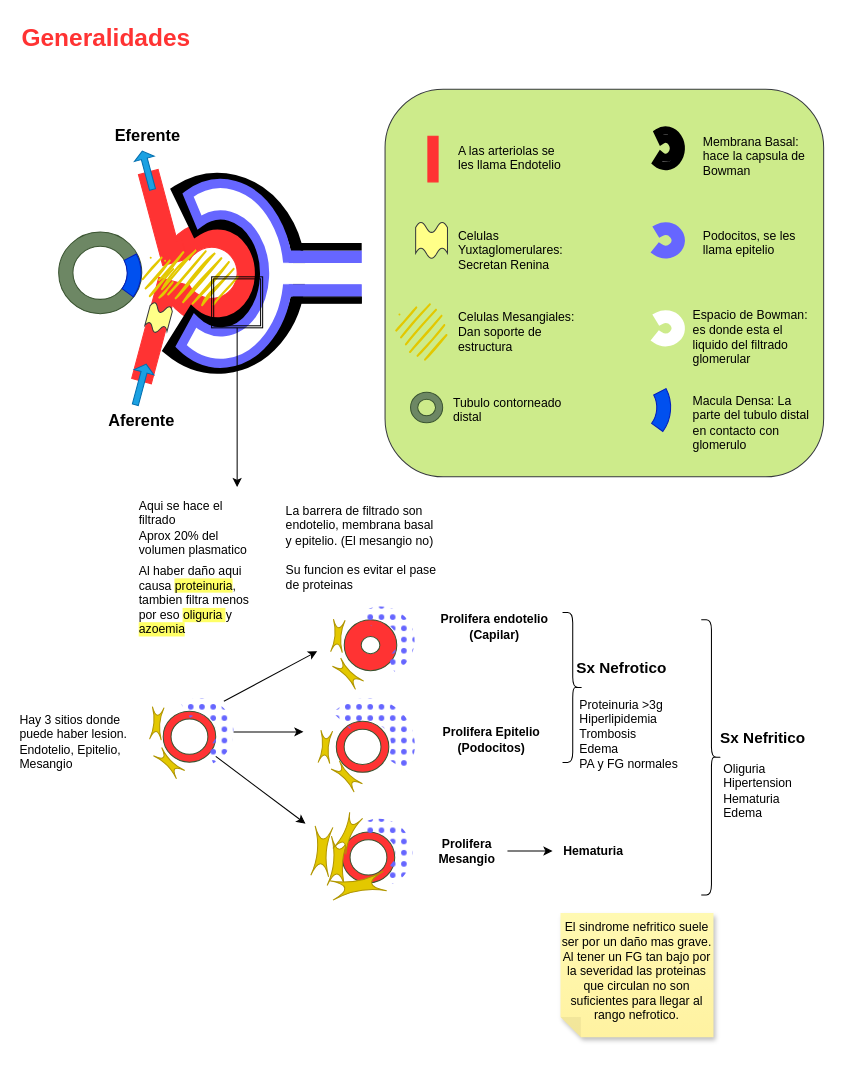
Santicabal/Apuntes keeps this draw.io diagram as Nefro.drawio. Above is the earlier version. Source tidied: cells renumbered, new cells numbered last; positions are measured from the earlier drawing's top-left corner, leaving out a move shared by most shapes. Both pictures are drawn from the tidied source at 102%, with x=0, y=0 at pixel (17, 17).
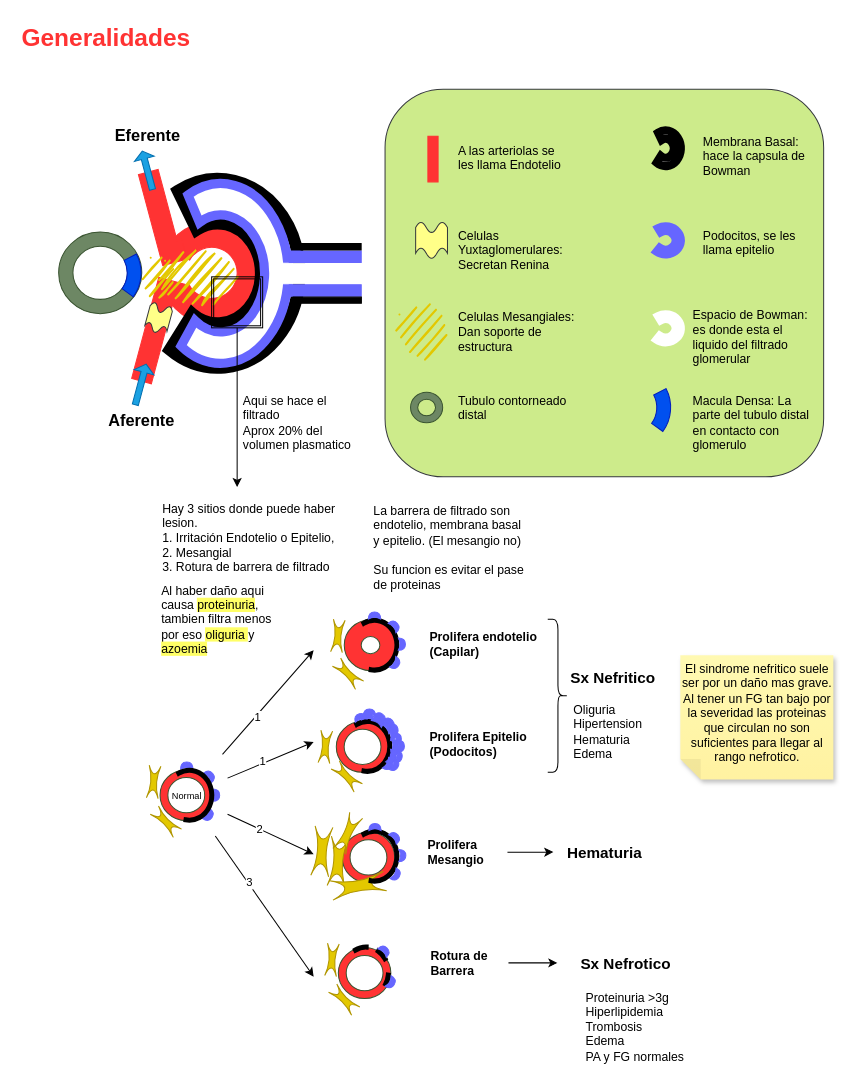
Above is the later version.

Diff of the diagram source:
```diff
@@
     <mxCell id="35" value="Tubulo contorneado distal&lt;div&gt;&lt;/div&gt;" style="rounded=0;whiteSpace=wrap;html=1;align=left;verticalAlign=top;strokeColor=none;fillColor=none;" parent="1" vertex="1">
-      <mxGeometry x="425" y="363.8" width="120" height="40" as="geometry" />
+      <mxGeometry x="430" y="362" width="120" height="40" as="geometry" />
     </mxCell>
@@
     <mxCell id="41" value="Aqui se hace el filtrado&lt;br&gt;Aprox 20% del volumen plasmatico" style="rounded=1;whiteSpace=wrap;html=1;align=left;strokeColor=none;" parent="1" vertex="1">
-      <mxGeometry x="117" y="470" width="120" height="60" as="geometry" />
+      <mxGeometry x="219.2" y="367" width="120" height="60" as="geometry" />
     </mxCell>
     <mxCell id="42" value="Oliguria&lt;br&gt;Hipertension&lt;br&gt;Hematuria&lt;br&gt;Edema" style="rounded=1;whiteSpace=wrap;html=1;align=left;strokeColor=none;" parent="1" vertex="1">
-      <mxGeometry x="690" y="727.7" width="90" height="60" as="geometry" />
+      <mxGeometry x="542.5" y="669.7" width="90" height="60" as="geometry" />
     </mxCell>
     <mxCell id="43" value="Al haber daño aqui causa &lt;span style=&quot;background-color: rgb(255, 255, 102);&quot;&gt;proteinuria&lt;/span&gt;, tambien filtra menos por eso &lt;span style=&quot;background-color: rgb(255, 255, 102);&quot;&gt;oliguria &lt;/span&gt;y &lt;span style=&quot;background-color: rgb(255, 255, 102);&quot;&gt;azoemia&lt;/span&gt;" style="rounded=1;whiteSpace=wrap;html=1;align=left;strokeColor=none;" parent="1" vertex="1">
-      <mxGeometry x="117" y="541" width="120" height="60" as="geometry" />
+      <mxGeometry x="138.9" y="560" width="120" height="60" as="geometry" />
     </mxCell>
-    <mxCell id="44" style="rounded=0;orthogonalLoop=1;jettySize=auto;html=1;" parent="1" edge="1">
-      <mxGeometry relative="1" as="geometry">
-        <mxPoint x="202" y="670" as="sourcePoint" />
-        <mxPoint x="293.5" y="621" as="targetPoint" />
-      </mxGeometry>
-    </mxCell>
-    <mxCell id="45" style="rounded=0;jettySize=auto;html=1;" parent="1" edge="1" source="46">
-      <mxGeometry relative="1" as="geometry">
-        <mxPoint x="282" y="790" as="targetPoint" />
-      </mxGeometry>
-    </mxCell>
     <mxCell id="46" style="verticalLabelPosition=bottom;verticalAlign=top;html=1;shape=mxgraph.basic.donut;dx=7.69;fillColor=#FF3333;fontColor=#ffffff;strokeColor=#3A5431;" parent="1" vertex="1">
-      <mxGeometry x="142.5" y="679.7" width="51.5" height="50" as="geometry" />
+      <mxGeometry x="139.4" y="737.1" width="51.5" height="50" as="geometry" />
     </mxCell>
-    <mxCell id="47" style="edgeStyle=orthogonalEdgeStyle;rounded=0;jettySize=auto;html=1;" parent="1" edge="1" source="48">
-      <mxGeometry relative="1" as="geometry">
-        <mxPoint x="280" y="700" as="targetPoint" />
-      </mxGeometry>
-    </mxCell>
-    <mxCell id="48" style="verticalLabelPosition=bottom;verticalAlign=top;html=1;shape=mxgraph.basic.partConcEllipse;dx=7.69;fillColor=#6666FF;fontColor=#ffffff;strokeColor=none;fillStyle=dots;startAngle=0.9075697555976807;endAngle=0.43382149838084605;arcWidth=0.5;" parent="1" vertex="1">
-      <mxGeometry x="144.5" y="666.7" width="67" height="67" as="geometry" />
-    </mxCell>
@@
-    <mxCell id="50" style="verticalLabelPosition=bottom;verticalAlign=top;html=1;shape=mxgraph.basic.partConcEllipse;dx=19.34;fillColor=#6666FF;fontColor=#ffffff;strokeColor=none;fillStyle=dots;startAngle=0.8701785983640878;endAngle=0.3435835209054995;arcWidth=0.5;" parent="1" vertex="1">
-      <mxGeometry x="296.2" y="666.7" width="93" height="93" as="geometry" />
-    </mxCell>
-    <mxCell id="51" value="Prolifera endotelio &lt;br&gt;(Capilar)" style="text;html=1;align=center;verticalAlign=middle;strokeColor=none;fillColor=none;fontStyle=1;" parent="1" vertex="1">
-      <mxGeometry x="402" y="577" width="130" height="40" as="geometry" />
+    <mxCell id="51" value="Prolifera endotelio &lt;br&gt;(Capilar)" style="text;html=1;align=left;verticalAlign=middle;strokeColor=none;fillColor=none;fontStyle=1;" parent="1" vertex="1">
+      <mxGeometry x="402" y="593.8" width="130" height="40" as="geometry" />
     </mxCell>
-    <mxCell id="52" value="Prolifera Epitelio&lt;br&gt;(Podocitos)" style="text;html=1;align=center;verticalAlign=middle;strokeColor=none;fillColor=none;fontStyle=1;" parent="1" vertex="1">
-      <mxGeometry x="404.2" y="687.7" width="120" height="40" as="geometry" />
+    <mxCell id="52" value="Prolifera Epitelio&lt;br&gt;(Podocitos)" style="text;html=1;align=left;verticalAlign=middle;strokeColor=none;fillColor=none;fontStyle=1;" parent="1" vertex="1">
+      <mxGeometry x="402" y="691.7" width="120" height="40" as="geometry" />
     </mxCell>
     <mxCell id="53" value="Sx Nefritico" style="text;html=1;align=left;verticalAlign=middle;strokeColor=none;fillColor=none;fontStyle=1;fontSize=15;" parent="1" vertex="1">
-      <mxGeometry x="687" y="689.7" width="110" height="30" as="geometry" />
+      <mxGeometry x="539.5" y="631.7" width="110" height="30" as="geometry" />
     </mxCell>
-    <mxCell id="54" value="Hay 3 sitios donde puede haber lesion.&lt;br&gt;Endotelio, Epitelio, Mesangio" style="rounded=1;whiteSpace=wrap;html=1;align=left;strokeColor=none;" parent="1" vertex="1">
-      <mxGeometry y="680" width="120" height="60" as="geometry" />
+    <mxCell id="54" value="Hay 3 sitios donde puede haber lesion.&lt;br&gt;&lt;div&gt;1. Irritación Endotelio o Epitelio, &lt;br&gt;&lt;/div&gt;&lt;div&gt;2. Mesangial&lt;/div&gt;&lt;div&gt;3. Rotura de barrera de filtrado&lt;br&gt;&lt;/div&gt;" style="rounded=1;whiteSpace=wrap;html=1;align=left;strokeColor=none;" parent="1" vertex="1">
+      <mxGeometry x="140" y="480" width="189.2" height="60" as="geometry" />
     </mxCell>
     <mxCell id="55" style="shape=switch;whiteSpace=wrap;html=1;rotation=5;fillColor=#e3c800;fontColor=#000000;strokeColor=#B09500;" parent="1" vertex="1">
-      <mxGeometry x="130.5" y="675.7" width="11.5" height="32" as="geometry" />
+      <mxGeometry x="127.4" y="733.1" width="11.5" height="32" as="geometry" />
     </mxCell>
     <mxCell id="56" style="shape=switch;whiteSpace=wrap;html=1;rotation=-45;fillColor=#e3c800;fontColor=#000000;strokeColor=#B09500;" parent="1" vertex="1">
-      <mxGeometry x="142.5" y="714.7" width="11.5" height="32" as="geometry" />
+      <mxGeometry x="139.4" y="772.1" width="11.5" height="32" as="geometry" />
     </mxCell>
@@
-    <mxCell id="58" style="verticalLabelPosition=bottom;verticalAlign=top;html=1;shape=mxgraph.basic.partConcEllipse;dx=7.69;fillColor=#6666FF;fontColor=#ffffff;strokeColor=none;fillStyle=dots;startAngle=0.9075697555976807;endAngle=0.43382149838084605;arcWidth=0.5;" parent="1" vertex="1">
-      <mxGeometry x="322" y="577" width="67" height="67" as="geometry" />
-    </mxCell>
@@
-    <mxCell id="64" style="verticalLabelPosition=bottom;verticalAlign=top;html=1;shape=mxgraph.basic.partConcEllipse;dx=7.69;fillColor=#6666FF;fontColor=#ffffff;strokeColor=none;fillStyle=dots;startAngle=0.9075697555976807;endAngle=0.43382149838084605;arcWidth=0.5;" parent="1" vertex="1">
-      <mxGeometry x="320" y="785.1" width="67" height="67" as="geometry" />
-    </mxCell>
@@
-    <mxCell id="70" value="Prolifera &lt;br&gt;Mesangio" style="text;html=1;align=center;verticalAlign=middle;points=[];strokeColor=none;fillColor=none;fontStyle=1;" parent="1" vertex="1">
-      <mxGeometry x="400" y="796.8" width="80" height="40" as="geometry" />
+    <mxCell id="70" value="Prolifera &lt;br&gt;Mesangio" style="text;html=1;align=left;verticalAlign=middle;points=[];strokeColor=none;fillColor=none;fontStyle=1;" parent="1" vertex="1">
+      <mxGeometry x="400" y="798.1" width="80" height="40" as="geometry" />
     </mxCell>
     <mxCell id="71" value="La barrera de filtrado son endotelio, membrana basal y epitelio. (El mesangio no)&lt;br&gt;&lt;div&gt;&lt;br&gt;&lt;/div&gt;&lt;div&gt;Su funcion es evitar el pase de proteinas&lt;/div&gt;" style="rounded=1;whiteSpace=wrap;html=1;align=left;verticalAlign=top;strokeColor=none;" parent="1" vertex="1">
-      <mxGeometry x="260.8" y="470" width="151.2" height="100" as="geometry" />
+      <mxGeometry x="346.6" y="470" width="151.2" height="100" as="geometry" />
     </mxCell>
-    <mxCell id="72" value="Hematuria" style="text;html=1;align=center;verticalAlign=middle;points=[];strokeColor=none;fillColor=none;fontStyle=1;" parent="1" vertex="1">
-      <mxGeometry x="524.2" y="801.8" width="80" height="30" as="geometry" />
+    <mxCell id="72" value="Hematuria" style="text;html=1;align=center;verticalAlign=middle;points=[];strokeColor=none;fillColor=none;fontStyle=1;fontSize=15;" parent="1" vertex="1">
+      <mxGeometry x="525" y="802.9" width="100" height="30" as="geometry" />
     </mxCell>
-    <mxCell id="73" style="shape=curlyBracket;whiteSpace=wrap;html=1;rounded=1;flipH=1;labelPosition=right;verticalLabelPosition=middle;align=left;verticalAlign=middle;" parent="1" vertex="1">
-      <mxGeometry x="534" y="583" width="20" height="147" as="geometry" />
-    </mxCell>
     <mxCell id="74" style="shape=curlyBracket;whiteSpace=wrap;html=1;rounded=1;flipH=1;labelPosition=right;verticalLabelPosition=middle;align=left;verticalAlign=middle;" parent="1" vertex="1">
-      <mxGeometry x="670" y="590" width="20" height="270" as="geometry" />
+      <mxGeometry x="519.5" y="589.6" width="20" height="150" as="geometry" />
     </mxCell>
     <mxCell id="75" value="Sx Nefrotico" style="text;html=1;align=left;verticalAlign=middle;strokeColor=none;fillColor=none;fontStyle=1;fontSize=15;" parent="1" vertex="1">
-      <mxGeometry x="546" y="622" width="110" height="30" as="geometry" />
+      <mxGeometry x="550" y="911.5" width="110" height="30" as="geometry" />
     </mxCell>
     <mxCell id="76" value="Proteinuria &amp;gt;3g&lt;br&gt;Hiperlipidemia&lt;br&gt;Trombosis&lt;br&gt;Edema&lt;br&gt;PA y FG normales" style="rounded=1;whiteSpace=wrap;html=1;align=left;strokeColor=none;verticalAlign=top;" parent="1" vertex="1">
-      <mxGeometry x="549" y="659.7" width="100" height="60" as="geometry" />
+      <mxGeometry x="555" y="946.5" width="100" height="60" as="geometry" />
     </mxCell>
     <mxCell id="77" value="El sindrome nefritico suele ser por un daño mas grave. Al tener un FG tan bajo por la severidad las proteinas que circulan no son suficientes para llegar al rango nefrotico." style="shape=note;whiteSpace=wrap;html=1;backgroundOutline=1;fontColor=#000000;darkOpacity=0.05;fillColor=#FFF9B2;strokeColor=none;fillStyle=solid;direction=west;gradientDirection=north;gradientColor=#FFF2A1;shadow=1;size=20;verticalAlign=top;" parent="1" vertex="1">
-      <mxGeometry x="532" y="877.6" width="150" height="121.9" as="geometry" />
+      <mxGeometry x="649.5" y="624.8" width="150" height="121.9" as="geometry" />
     </mxCell>
+    <mxCell id="78" style="verticalLabelPosition=bottom;verticalAlign=top;html=1;shape=mxgraph.basic.donut;dx=7.69;fillColor=#FF3333;fontColor=#ffffff;strokeColor=#3A5431;" parent="1" vertex="1">
+      <mxGeometry x="314.2" y="911.5" width="51.5" height="50" as="geometry" />
+    </mxCell>
+    <mxCell id="79" style="shape=switch;whiteSpace=wrap;html=1;rotation=5;fillColor=#e3c800;fontColor=#000000;strokeColor=#B09500;" parent="1" vertex="1">
+      <mxGeometry x="302.2" y="907.5" width="11.5" height="32" as="geometry" />
+    </mxCell>
+    <mxCell id="80" style="shape=switch;whiteSpace=wrap;html=1;rotation=-45;fillColor=#e3c800;fontColor=#000000;strokeColor=#B09500;" parent="1" vertex="1">
+      <mxGeometry x="314.2" y="946.5" width="11.5" height="32" as="geometry" />
+    </mxCell>
+    <mxCell id="81" style="verticalLabelPosition=bottom;verticalAlign=top;html=1;shape=mxgraph.basic.partConcEllipse;startAngle=0.4189422054097226;endAngle=0.5041873215521526;arcWidth=0.04;rotation=-180;strokeWidth=4;perimeterSpacing=0;fillColor=#000000;" parent="1" vertex="1">
+      <mxGeometry x="318.9" y="910.5" width="44.9" height="50" as="geometry" />
+    </mxCell>
+    <mxCell id="82" style="verticalLabelPosition=bottom;verticalAlign=top;html=1;shape=mxgraph.basic.partConcEllipse;startAngle=0.4189422054097226;endAngle=0.0272391465552697;arcWidth=0.04;rotation=-180;strokeWidth=4;perimeterSpacing=0;fillColor=#000000;" parent="1" vertex="1">
+      <mxGeometry x="327.2" y="796.8" width="44.9" height="50" as="geometry" />
+    </mxCell>
+    <mxCell id="83" style="verticalLabelPosition=bottom;verticalAlign=top;html=1;shape=mxgraph.basic.partConcEllipse;startAngle=0.4189422054097226;endAngle=0.0272391465552697;arcWidth=0.04;rotation=-180;strokeWidth=4;perimeterSpacing=0;fillColor=#000000;" parent="1" vertex="1">
+      <mxGeometry x="320.2" y="689.2" width="44.9" height="50" as="geometry" />
+    </mxCell>
+    <mxCell id="84" style="verticalLabelPosition=bottom;verticalAlign=top;html=1;shape=mxgraph.basic.partConcEllipse;startAngle=0.4189422054097226;endAngle=0.0272391465552697;arcWidth=0.04;rotation=-180;strokeWidth=4;perimeterSpacing=0;fillColor=#000000;" parent="1" vertex="1">
+      <mxGeometry x="327.2" y="590" width="44.9" height="50" as="geometry" />
+    </mxCell>
+    <mxCell id="85" style="verticalLabelPosition=bottom;verticalAlign=top;html=1;shape=mxgraph.basic.partConcEllipse;startAngle=0.5893119309480065;endAngle=0.6629758531449884;arcWidth=0.04;rotation=-180;strokeWidth=4;perimeterSpacing=0;fillColor=#000000;" parent="1" vertex="1">
+      <mxGeometry x="318.9" y="910.5" width="44.9" height="50" as="geometry" />
+    </mxCell>
+    <mxCell id="86" style="verticalLabelPosition=bottom;verticalAlign=top;html=1;shape=mxgraph.basic.partConcEllipse;startAngle=0.7666916832152626;endAngle=0.8324531671642313;arcWidth=0.04;rotation=-180;strokeWidth=4;perimeterSpacing=0;fillColor=#000000;" parent="1" vertex="1">
+      <mxGeometry x="318.9" y="910.5" width="44.9" height="50" as="geometry" />
+    </mxCell>
+    <mxCell id="87" style="shape=xor;whiteSpace=wrap;html=1;fillColor=#6666FF;strokeColor=#6666FF;rotation=30;" parent="1" vertex="1">
+      <mxGeometry x="367" y="627" width="7" height="12" as="geometry" />
+    </mxCell>
+    <mxCell id="88" style="shape=xor;whiteSpace=wrap;html=1;fillColor=#6666FF;strokeColor=#6666FF;rotation=0;" parent="1" vertex="1">
+      <mxGeometry x="373" y="608" width="7" height="12" as="geometry" />
+    </mxCell>
+    <mxCell id="89" style="shape=xor;whiteSpace=wrap;html=1;fillColor=#6666FF;strokeColor=#6666FF;rotation=-40;" parent="1" vertex="1">
+      <mxGeometry x="366" y="590" width="7" height="12" as="geometry" />
+    </mxCell>
+    <mxCell id="90" style="shape=xor;whiteSpace=wrap;html=1;fillColor=#6666FF;strokeColor=#6666FF;rotation=-90;" parent="1" vertex="1">
+      <mxGeometry x="346.2" y="580" width="7" height="12" as="geometry" />
+    </mxCell>
+    <mxCell id="91" style="shape=xor;whiteSpace=wrap;html=1;fillColor=#6666FF;strokeColor=#6666FF;rotation=30;" parent="1" vertex="1">
+      <mxGeometry x="360" y="726" width="7" height="12" as="geometry" />
+    </mxCell>
+    <mxCell id="92" style="shape=xor;whiteSpace=wrap;html=1;fillColor=#6666FF;strokeColor=#6666FF;rotation=0;" parent="1" vertex="1">
+      <mxGeometry x="366" y="707" width="7" height="12" as="geometry" />
+    </mxCell>
+    <mxCell id="93" style="shape=xor;whiteSpace=wrap;html=1;fillColor=#6666FF;strokeColor=#6666FF;rotation=-40;" parent="1" vertex="1">
+      <mxGeometry x="359" y="689" width="7" height="12" as="geometry" />
+    </mxCell>
+    <mxCell id="94" style="shape=xor;whiteSpace=wrap;html=1;fillColor=#6666FF;strokeColor=#6666FF;rotation=-90;" parent="1" vertex="1">
+      <mxGeometry x="339.2" y="679" width="7" height="12" as="geometry" />
+    </mxCell>
+    <mxCell id="95" style="shape=xor;whiteSpace=wrap;html=1;fillColor=#6666FF;strokeColor=#6666FF;rotation=15;" parent="1" vertex="1">
+      <mxGeometry x="363.7" y="717.7" width="7" height="12" as="geometry" />
+    </mxCell>
+    <mxCell id="96" style="shape=xor;whiteSpace=wrap;html=1;fillColor=#6666FF;strokeColor=#6666FF;rotation=-15;" parent="1" vertex="1">
+      <mxGeometry x="363.7" y="695.7" width="7" height="12" as="geometry" />
+    </mxCell>
+    <mxCell id="97" style="shape=xor;whiteSpace=wrap;html=1;fillColor=#6666FF;strokeColor=#6666FF;rotation=-55;" parent="1" vertex="1">
+      <mxGeometry x="350" y="683.5" width="7" height="12" as="geometry" />
+    </mxCell>
+    <mxCell id="98" style="shape=xor;whiteSpace=wrap;html=1;fillColor=#6666FF;strokeColor=#6666FF;rotation=-105;" parent="1" vertex="1">
+      <mxGeometry x="332.2" y="679.7" width="7" height="12" as="geometry" />
+    </mxCell>
+    <mxCell id="99" style="shape=xor;whiteSpace=wrap;html=1;fillColor=#6666FF;strokeColor=#6666FF;rotation=30;" parent="1" vertex="1">
+      <mxGeometry x="367.4" y="834.3" width="7" height="12" as="geometry" />
+    </mxCell>
+    <mxCell id="100" style="shape=xor;whiteSpace=wrap;html=1;fillColor=#6666FF;strokeColor=#6666FF;rotation=0;" parent="1" vertex="1">
+      <mxGeometry x="373.4" y="815.3" width="7" height="12" as="geometry" />
+    </mxCell>
+    <mxCell id="101" style="shape=xor;whiteSpace=wrap;html=1;fillColor=#6666FF;strokeColor=#6666FF;rotation=-40;" parent="1" vertex="1">
+      <mxGeometry x="366.4" y="797.3" width="7" height="12" as="geometry" />
+    </mxCell>
+    <mxCell id="102" style="shape=xor;whiteSpace=wrap;html=1;fillColor=#6666FF;strokeColor=#6666FF;rotation=-90;" parent="1" vertex="1">
+      <mxGeometry x="346.6" y="787.3" width="7" height="12" as="geometry" />
+    </mxCell>
+    <mxCell id="103" style="shape=xor;whiteSpace=wrap;html=1;fillColor=#6666FF;strokeColor=#6666FF;rotation=30;" parent="1" vertex="1">
+      <mxGeometry x="362.5" y="940" width="7" height="12" as="geometry" />
+    </mxCell>
+    <mxCell id="104" style="shape=xor;whiteSpace=wrap;html=1;fillColor=#6666FF;strokeColor=#6666FF;rotation=-45;" parent="1" vertex="1">
+      <mxGeometry x="356" y="908.5" width="7" height="12" as="geometry" />
+    </mxCell>
+    <mxCell id="105" style="edgeStyle=orthogonalEdgeStyle;rounded=0;orthogonalLoop=1;jettySize=auto;html=1;" parent="1" edge="1">
+      <mxGeometry relative="1" as="geometry">
+        <mxPoint x="481" y="926.5" as="sourcePoint" />
+        <mxPoint x="529" y="926.5" as="targetPoint" />
+      </mxGeometry>
+    </mxCell>
+    <mxCell id="106" value="&lt;div&gt;Rotura de &lt;br&gt;&lt;/div&gt;&lt;div&gt;Barrera&lt;br&gt;&lt;/div&gt;" style="html=1;align=left;verticalAlign=middle;strokeColor=none;fillColor=none;fontStyle=1;rounded=1;whiteSpace=wrap;" parent="1" vertex="1">
+      <mxGeometry x="403" y="906.5" width="80" height="40" as="geometry" />
+    </mxCell>
+    <mxCell id="107" style="shape=xor;whiteSpace=wrap;html=1;fillColor=#6666FF;strokeColor=#6666FF;rotation=35;" parent="1" vertex="1">
+      <mxGeometry x="183.9" y="776.1" width="7" height="12" as="geometry" />
+    </mxCell>
+    <mxCell id="108" style="shape=xor;whiteSpace=wrap;html=1;fillColor=#6666FF;strokeColor=#6666FF;rotation=0;" parent="1" vertex="1">
+      <mxGeometry x="190.9" y="756.1" width="7" height="12" as="geometry" />
+    </mxCell>
+    <mxCell id="109" style="shape=xor;whiteSpace=wrap;html=1;fillColor=#6666FF;strokeColor=#6666FF;rotation=-40;" parent="1" vertex="1">
+      <mxGeometry x="184.9" y="737.1" width="7" height="12" as="geometry" />
+    </mxCell>
+    <mxCell id="110" style="shape=xor;whiteSpace=wrap;html=1;fillColor=#6666FF;strokeColor=#6666FF;rotation=-90;" parent="1" vertex="1">
+      <mxGeometry x="162.1" y="727.1" width="7" height="12" as="geometry" />
+    </mxCell>
+    <mxCell id="111" style="verticalLabelPosition=bottom;verticalAlign=top;html=1;shape=mxgraph.basic.partConcEllipse;startAngle=0.4189422054097226;endAngle=0.0272391465552697;arcWidth=0.04;rotation=-180;strokeWidth=4;perimeterSpacing=0;fillColor=#000000;" parent="1" vertex="1">
+      <mxGeometry x="145.7" y="737.1" width="44.9" height="50" as="geometry" />
+    </mxCell>
+    <mxCell id="112" style="rounded=0;jettySize=auto;html=1;" parent="1" edge="1" source="120">
+      <mxGeometry relative="1" as="geometry">
+        <mxPoint x="290" y="620" as="targetPoint" />
+      </mxGeometry>
+    </mxCell>
+    <mxCell id="113" value="1" style="edgeLabel;html=1;align=center;verticalAlign=middle;" parent="112" vertex="1">
+      <mxGeometry x="-0.27" y="-1" relative="1" as="geometry" />
+    </mxCell>
+    <mxCell id="114" style="rounded=0;jettySize=auto;html=1;" parent="1" edge="1" source="120">
+      <mxGeometry relative="1" as="geometry">
+        <mxPoint x="290" y="710" as="targetPoint" />
+      </mxGeometry>
+    </mxCell>
+    <mxCell id="115" value="1" style="edgeLabel;html=1;align=center;verticalAlign=middle;" parent="114" vertex="1">
+      <mxGeometry x="-0.16" y="2" relative="1" as="geometry" />
+    </mxCell>
+    <mxCell id="116" style="rounded=0;jettySize=auto;html=1;" parent="1" edge="1" source="120">
+      <mxGeometry relative="1" as="geometry">
+        <mxPoint x="290" y="940" as="targetPoint" />
+      </mxGeometry>
+    </mxCell>
+    <mxCell id="117" value="3" style="edgeLabel;html=1;align=center;verticalAlign=middle;" parent="116" vertex="1">
+      <mxGeometry x="-0.34" y="1" relative="1" as="geometry" />
+    </mxCell>
+    <mxCell id="118" style="rounded=0;jettySize=auto;html=1;" parent="1" edge="1" source="120">
+      <mxGeometry relative="1" as="geometry">
+        <mxPoint x="290" y="820" as="targetPoint" />
+      </mxGeometry>
+    </mxCell>
+    <mxCell id="119" value="2" style="edgeLabel;html=1;align=center;verticalAlign=middle;" parent="118" vertex="1">
+      <mxGeometry x="-0.28" relative="1" as="geometry" />
+    </mxCell>
+    <mxCell id="120" value="&lt;font style=&quot;font-size: 9px;&quot;&gt;Normal&lt;/font&gt;" style="whiteSpace=wrap;html=1;fillColor=none;strokeColor=none;" parent="1" vertex="1">
+      <mxGeometry x="125.6" y="722.1" width="80" height="80" as="geometry" />
+    </mxCell>
+    <mxCell id="121" style="shape=xor;whiteSpace=wrap;html=1;fillColor=#6666FF;strokeColor=#6666FF;rotation=-40;" parent="1" vertex="1">
+      <mxGeometry x="361" y="685" width="7" height="12" as="geometry" />
+    </mxCell>
+    <mxCell id="122" style="shape=xor;whiteSpace=wrap;html=1;fillColor=#6666FF;strokeColor=#6666FF;rotation=-90;" parent="1" vertex="1">
+      <mxGeometry x="341.2" y="675" width="7" height="12" as="geometry" />
+    </mxCell>
+    <mxCell id="123" style="shape=xor;whiteSpace=wrap;html=1;fillColor=#6666FF;strokeColor=#6666FF;rotation=-15;" parent="1" vertex="1">
+      <mxGeometry x="365.7" y="691.7" width="7" height="12" as="geometry" />
+    </mxCell>
+    <mxCell id="124" style="shape=xor;whiteSpace=wrap;html=1;fillColor=#6666FF;strokeColor=#6666FF;rotation=-55;" parent="1" vertex="1">
+      <mxGeometry x="352" y="679.5" width="7" height="12" as="geometry" />
+    </mxCell>
+    <mxCell id="125" style="shape=xor;whiteSpace=wrap;html=1;fillColor=#6666FF;strokeColor=#6666FF;rotation=30;" parent="1" vertex="1">
+      <mxGeometry x="363" y="720" width="7" height="12" as="geometry" />
+    </mxCell>
+    <mxCell id="126" style="shape=xor;whiteSpace=wrap;html=1;fillColor=#6666FF;strokeColor=#6666FF;rotation=0;" parent="1" vertex="1">
+      <mxGeometry x="369" y="701" width="7" height="12" as="geometry" />
+    </mxCell>
+    <mxCell id="127" style="shape=xor;whiteSpace=wrap;html=1;fillColor=#6666FF;strokeColor=#6666FF;rotation=15;" parent="1" vertex="1">
+      <mxGeometry x="366.7" y="711.7" width="7" height="12" as="geometry" />
+    </mxCell>
+    <mxCell id="128" style="shape=xor;whiteSpace=wrap;html=1;fillColor=#6666FF;strokeColor=#6666FF;rotation=30;" parent="1" vertex="1">
+      <mxGeometry x="366" y="727" width="7" height="12" as="geometry" />
+    </mxCell>
+    <mxCell id="129" style="shape=xor;whiteSpace=wrap;html=1;fillColor=#6666FF;strokeColor=#6666FF;rotation=0;" parent="1" vertex="1">
+      <mxGeometry x="372" y="708" width="7" height="12" as="geometry" />
+    </mxCell>
+    <mxCell id="130" style="shape=xor;whiteSpace=wrap;html=1;fillColor=#6666FF;strokeColor=#6666FF;rotation=15;" parent="1" vertex="1">
+      <mxGeometry x="369.7" y="718.7" width="7" height="12" as="geometry" />
+    </mxCell>
```
